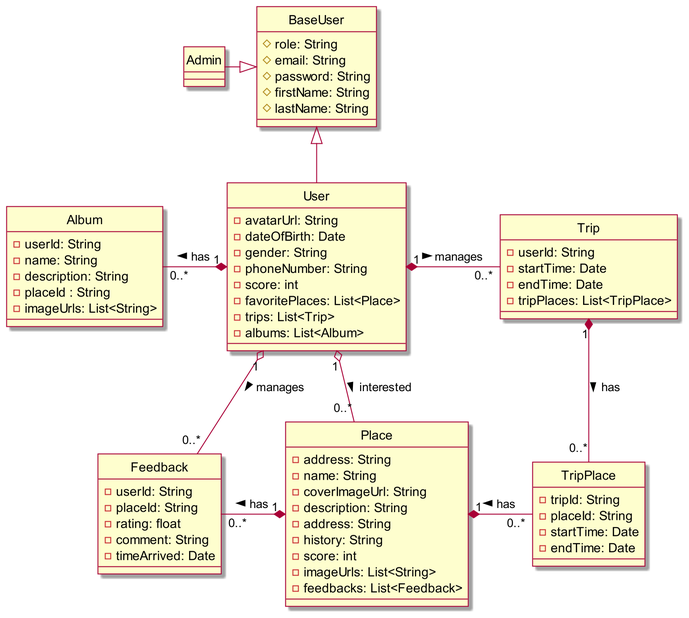
Before: Class/img/ClassDiagram.png, a diagram exported from PlantUML (Griselda4774/WanderFun_Diagram). The source it was exported from:
```plantuml
@startuml ClassDiagram

skin rose
scale 2
hide circle

class BaseUser {
    # role: String
    # email: String
    # password: String
    # firstName: String
    # lastName: String
}

class Admin {

}

class Place {
    - address: String
    - name: String
    - coverImageUrl: String
    - description: String
    - address: String
    - history: String
    - score: int
    - imageUrls: List<String>
    - feedbacks: List<Feedback>
}

class User {
    - avatarUrl: String
    - dateOfBirth: Date
    - gender: String
    - phoneNumber: String
    - score: int
    - favoritePlaces: List<Place>
    - trips: List<Trip>
    - albums: List<Album>
}

class Feedback {
    - userId: String
    - placeId: String
    - rating: float
    - comment: String
    - timeArrived: Date
}

class Trip {
    - userId: String
    - startTime: Date
    - endTime: Date
    - tripPlaces: List<TripPlace>
}

class TripPlace {
    - tripId: String
    - placeId: String
    - startTime: Date
    - endTime: Date
}

class Album {
    - userId: String
    - name: String
    - description: String
    - placeId : String
    - imageUrls: List<String>
}

BaseUser <|-left- Admin
BaseUser <|-down- User
Place "1" *-left- "0..*" Feedback : has >
User "1" o-- "0..*" Feedback : manages >
User "1" o-down- "0..*" Place : interested >
User "1"*-right- "0..*" Trip : manages >
Place "1" *-right- "0..*" TripPlace : has <
Trip "1" *-down- "0..*" TripPlace : has >
User "1" *-left- "0..*" Album : has >

@enduml
```
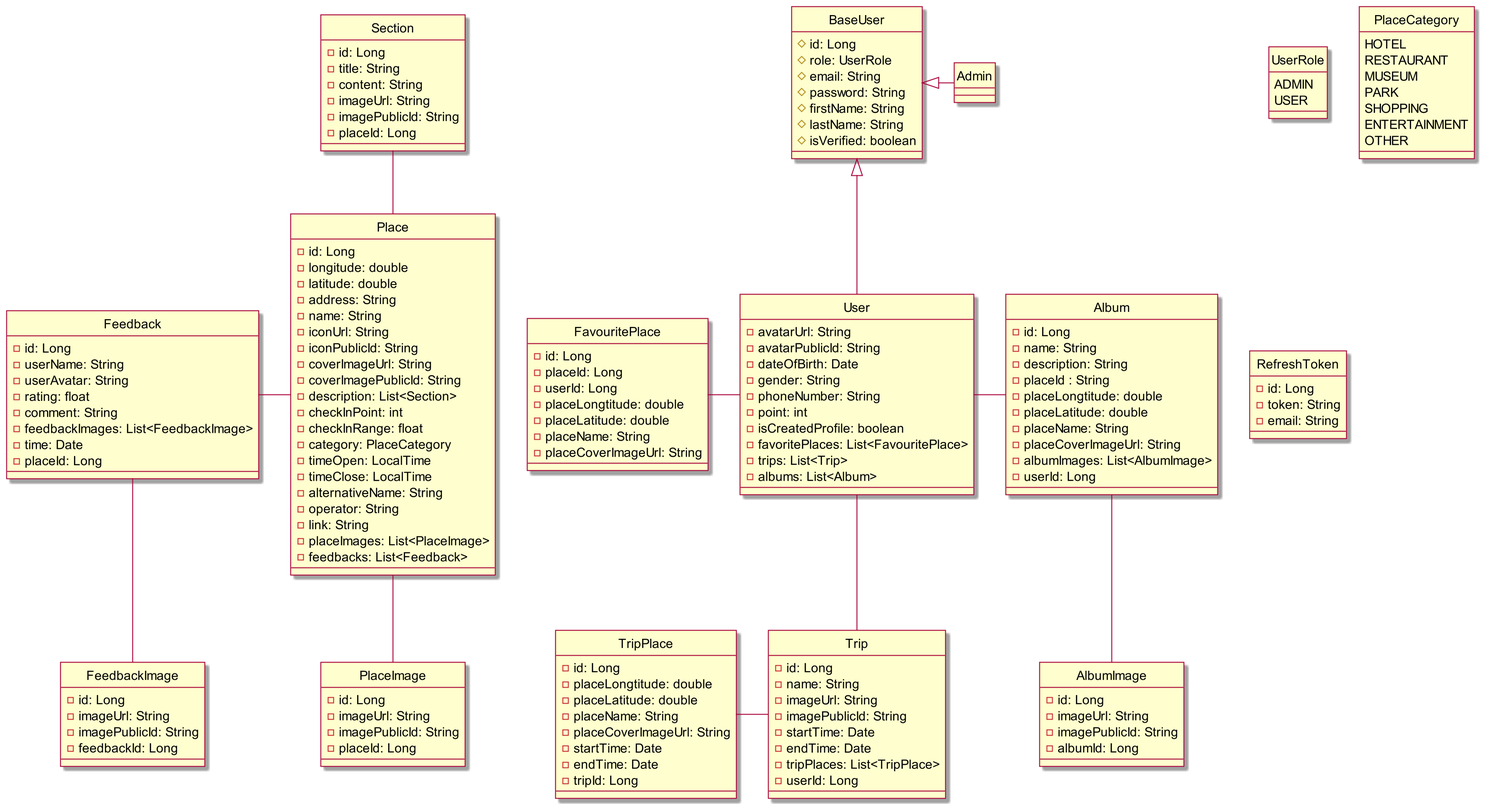
Above is the later version.

What changed in the source:
```diff
@@ -4,79 +4,173 @@
 scale 2
 hide circle
 
+class Album {
+    - id: Long
+    - name: String
+    - description: String
+    - placeId : String
+    - placeLongtitude: double
+    - placeLatitude: double
+    - placeName: String
+    - placeCoverImageUrl: String
+    - albumImages: List<AlbumImage>
+    - userId: Long
+}
+
+class AlbumImage {
+    - id: Long
+    - imageUrl: String
+    - imagePublicId: String
+    - albumId: Long
+}
+
 class BaseUser {
-    # role: String
+    # id: Long
+    # role: UserRole
     # email: String
     # password: String
     # firstName: String
     # lastName: String
+    # isVerified: boolean
 }
 
 class Admin {
 
 }
 
-class Place {
-    - address: String
-    - name: String
-    - coverImageUrl: String
-    - description: String
-    - address: String
-    - history: String
-    - score: int
-    - imageUrls: List<String>
-    - feedbacks: List<Feedback>
-}
-
 class User {
     - avatarUrl: String
+    - avatarPublicId: String
     - dateOfBirth: Date
     - gender: String
     - phoneNumber: String
-    - score: int
-    - favoritePlaces: List<Place>
+    - point: int
+    - isCreatedProfile: boolean
+    - favoritePlaces: List<FavouritePlace>
     - trips: List<Trip>
     - albums: List<Album>
 }
 
+class Place {
+    - id: Long
+    - longitude: double
+    - latitude: double
+    - address: String
+    - name: String
+    - iconUrl: String
+    - iconPublicId: String
+    - coverImageUrl: String
+    - coverImagePublicId: String
+    - description: List<Section>
+    - checkInPoint: int
+    - checkInRange: float
+    - category: PlaceCategory
+    - timeOpen: LocalTime
+    - timeClose: LocalTime
+    - alternativeName: String
+    - operator: String
+    - link: String
+    - placeImages: List<PlaceImage>
+    - feedbacks: List<Feedback>
+}
+
+class PlaceImage {
+    - id: Long
+    - imageUrl: String
+    - imagePublicId: String
+    - placeId: Long
+}
+
 class Feedback {
-    - userId: String
-    - placeId: String
+    - id: Long
+    - userName: String
+    - userAvatar: String
     - rating: float
     - comment: String
-    - timeArrived: Date
+    - feedbackImages: List<FeedbackImage>
+    - time: Date
+    - placeId: Long
+}
+
+class FeedbackImage {
+    - id: Long
+    - imageUrl: String
+    - imagePublicId: String
+    - feedbackId: Long
+}
+
+class Section {
+    - id: Long
+    - title: String
+    - content: String
+    - imageUrl: String
+    - imagePublicId: String
+    - placeId: Long
+}
+
+class FavouritePlace {
+    - id: Long
+    - placeId: Long
+    - userId: Long
+    - placeLongtitude: double
+    - placeLatitude: double
+    - placeName: String
+    - placeCoverImageUrl: String
 }
 
 class Trip {
-    - userId: String
+    - id: Long
+    - name: String
+    - imageUrl: String
+    - imagePublicId: String
     - startTime: Date
     - endTime: Date
     - tripPlaces: List<TripPlace>
+    - userId: Long
 }
 
 class TripPlace {
-    - tripId: String
-    - placeId: String
+    - id: Long
+    - placeLongtitude: double
+    - placeLatitude: double
+    - placeName: String
+    - placeCoverImageUrl: String
     - startTime: Date
     - endTime: Date
+    - tripId: Long
 }
 
-class Album {
-    - userId: String
-    - name: String
-    - description: String
-    - placeId : String
-    - imageUrls: List<String>
+enum UserRole {
+    ADMIN
+    USER
 }
 
-BaseUser <|-left- Admin
+enum PlaceCategory {
+    HOTEL
+    RESTAURANT
+    MUSEUM
+    PARK
+    SHOPPING
+    ENTERTAINMENT
+    OTHER
+}
+
+class RefreshToken {
+    - id: Long
+    - token: String
+    - email: String
+}
+
+BaseUser <|-right- Admin
 BaseUser <|-down- User
-Place "1" *-left- "0..*" Feedback : has >
-User "1" o-- "0..*" Feedback : manages >
-User "1" o-down- "0..*" Place : interested >
-User "1"*-right- "0..*" Trip : manages >
-Place "1" *-right- "0..*" TripPlace : has <
-Trip "1" *-down- "0..*" TripPlace : has >
-User "1" *-left- "0..*" Album : has >
+Place -left- Feedback
+Feedback -down- FeedbackImage
+User -down- Trip
+User -left- FavouritePlace
+Trip -left- TripPlace
+User -right- Album
+Album -down- AlbumImage
+Place -up- Section
+Place -down- PlaceImage
 
 @enduml
```
